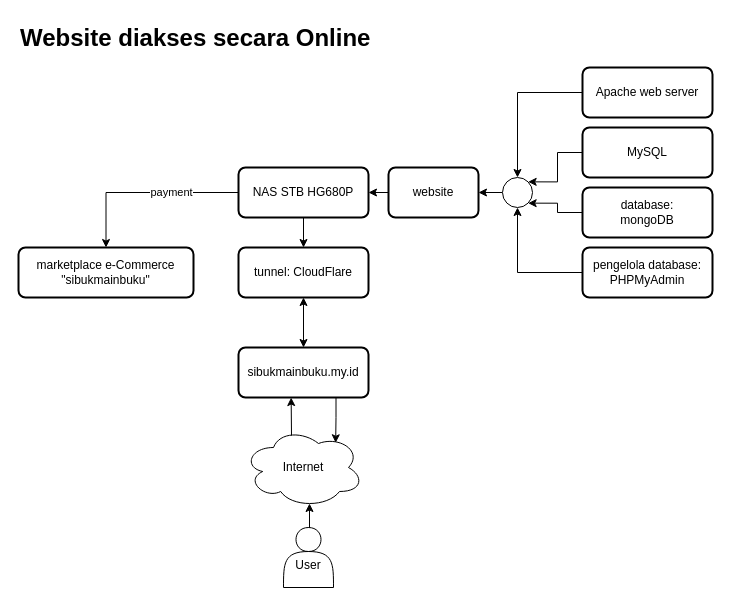
The draw.io diagram page "website" (6 of 6) of Chart on Search Query.drawio in troders34/research, before the edit. Source tidied: cells renumbered, new cells numbered last; positions are measured from the earlier drawing's top-left corner, leaving out a move shared by most shapes. Both pictures are drawn from the tidied source at 100%, with x=0, y=0 at pixel (18, 17).
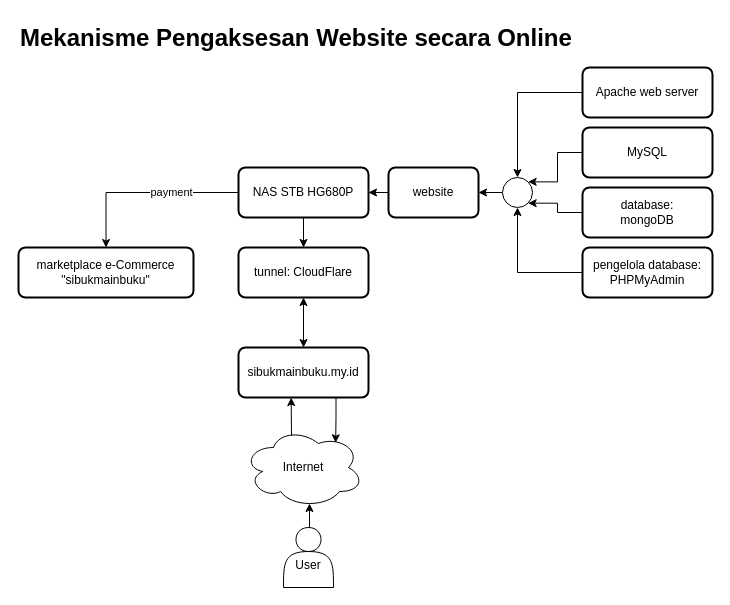
Above is the later version.

What changed in the source:
```diff
@@
-    <mxCell id="13" value="&lt;h1 style=&quot;margin-top: 0px;&quot;&gt;Website diakses secara Online&lt;/h1&gt;" style="text;html=1;whiteSpace=wrap;overflow=hidden;rounded=0;" parent="1" vertex="1">
-      <mxGeometry width="490" height="40" as="geometry" />
+    <mxCell id="13" value="&lt;h1 style=&quot;margin-top: 0px;&quot;&gt;Mekanisme Pengaksesan Website secara Online&lt;/h1&gt;" style="text;html=1;whiteSpace=wrap;overflow=hidden;rounded=0;" parent="1" vertex="1">
+      <mxGeometry width="650" height="40" as="geometry" />
     </mxCell>
```
